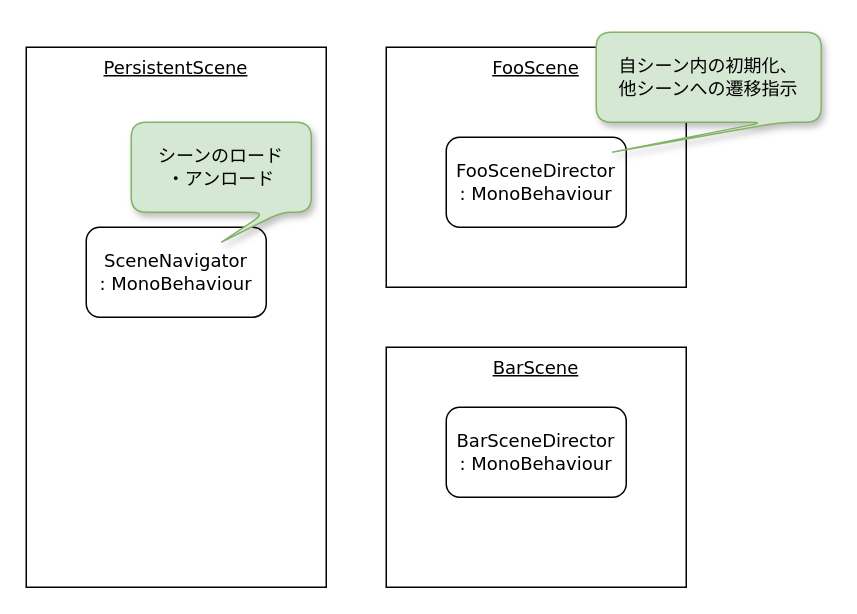
ushibutatory/tech-images keeps this draw.io diagram as books/ushibutatory-gamedev-5/scene-navigator.drawio. Above is the earlier version. Source tidied: cells renumbered, new cells numbered last; positions are measured from the earlier drawing's top-left corner, leaving out a move shared by most shapes. Both pictures are drawn from the tidied source at 150%, with x=0, y=0 at pixel (26, 32).
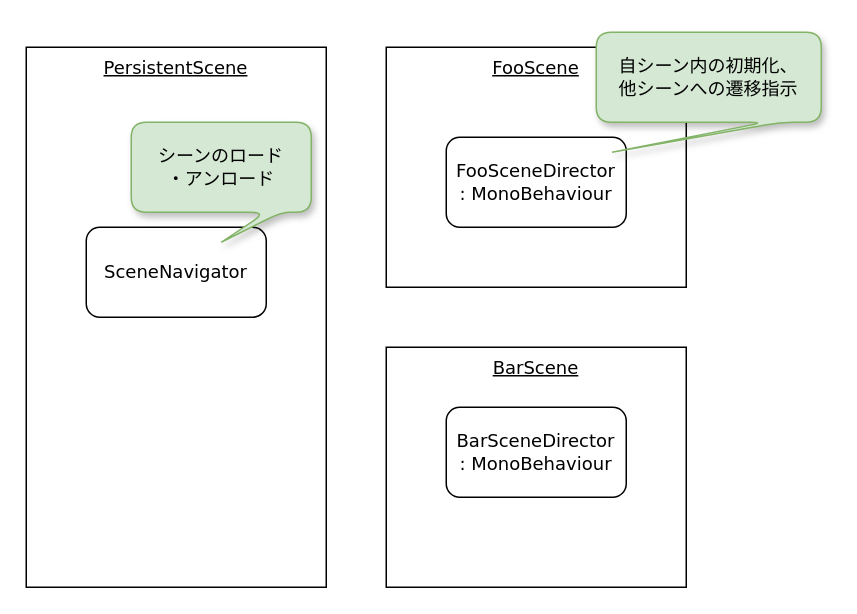
The same page after the edit.

Diff of the diagram source:
```diff
@@
 <mxGraphModel background="#ffffff">
   <root>
     <mxCell id="0" />
     <mxCell id="1" parent="0" />
     <mxCell id="2" value="PersistentScene" style="rounded=0;whiteSpace=wrap;html=1;verticalAlign=top;fontStyle=4;fillColor=none;fontFamily=Verdana;" parent="1" vertex="1">
       <mxGeometry y="10" width="200" height="360" as="geometry" />
     </mxCell>
     <mxCell id="3" value="FooScene" style="rounded=0;whiteSpace=wrap;html=1;verticalAlign=top;fontStyle=4;fillColor=none;fontFamily=Verdana;" parent="1" vertex="1">
       <mxGeometry x="240" y="10" width="200" height="160" as="geometry" />
     </mxCell>
     <mxCell id="4" value="BarScene" style="rounded=0;whiteSpace=wrap;html=1;verticalAlign=top;fontStyle=4;fillColor=none;fontFamily=Verdana;" parent="1" vertex="1">
       <mxGeometry x="240" y="210" width="200" height="160" as="geometry" />
     </mxCell>
-    <mxCell id="5" value="SceneNavigator&lt;br&gt;: MonoBehaviour" style="rounded=1;whiteSpace=wrap;html=1;fontFamily=Verdana;" parent="1" vertex="1">
+    <mxCell id="5" value="SceneNavigator" style="rounded=1;whiteSpace=wrap;html=1;fontFamily=Verdana;" parent="1" vertex="1">
       <mxGeometry x="40" y="130" width="120" height="60" as="geometry" />
     </mxCell>
     <mxCell id="6" value="FooSceneDirector&lt;br&gt;: MonoBehaviour" style="rounded=1;whiteSpace=wrap;html=1;fontFamily=Verdana;" parent="1" vertex="1">
       <mxGeometry x="280" y="70" width="120" height="60" as="geometry" />
     </mxCell>
     <mxCell id="7" value="BarSceneDirector&lt;br&gt;: MonoBehaviour" style="rounded=1;whiteSpace=wrap;html=1;fontFamily=Verdana;" parent="1" vertex="1">
       <mxGeometry x="280" y="250" width="120" height="60" as="geometry" />
     </mxCell>
     <mxCell id="8" value="シーンのロード&lt;br&gt;・アンロード" style="shape=callout;whiteSpace=wrap;html=1;perimeter=calloutPerimeter;rounded=1;size=20;position=0.75;base=10;shadow=1;fillColor=#d5e8d4;strokeColor=#82b366;" parent="1" vertex="1">
       <mxGeometry x="70" y="60" width="120" height="80" as="geometry" />
     </mxCell>
     <mxCell id="9" value="自シーン内の初期化、&lt;br&gt;他シーンへの遷移指示" style="shape=callout;whiteSpace=wrap;html=1;perimeter=calloutPerimeter;rounded=1;size=20;position=0.75;base=10;shadow=1;fillColor=#d5e8d4;strokeColor=#82b366;position2=0.07;" parent="1" vertex="1">
       <mxGeometry x="380" width="150" height="80" as="geometry" />
     </mxCell>
   </root>
 </mxGraphModel>
```
